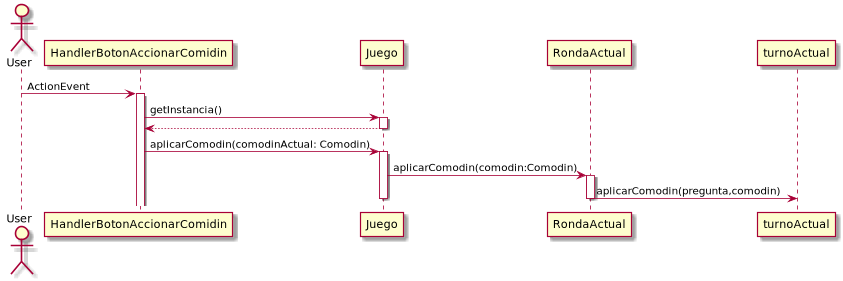
The PlantUML diagram src/main/java/edu/fiuba/algo3/Diagramas/png/DS/DSComidin1.png in Alex1161/TP2, before a commit.
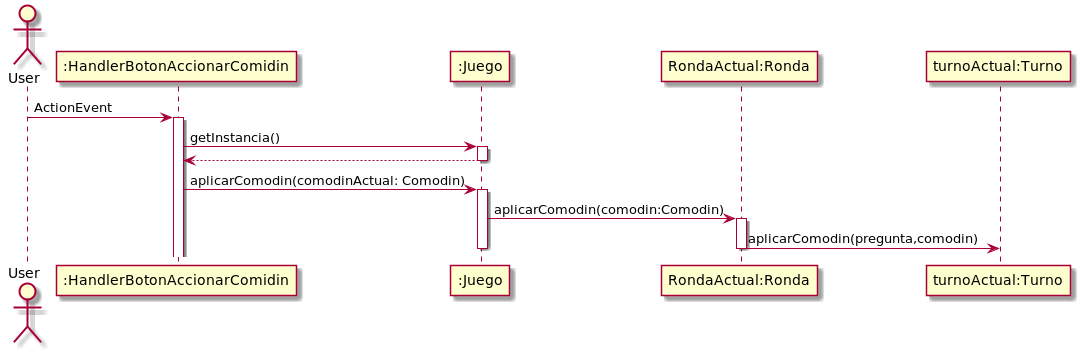
After the commit.

Commit message:
diagrama Comodin3 en proceso

What changed in the source:
```diff
@@ -1,21 +1,21 @@
 @startuml
 Actor User
-User -> HandlerBotonAccionarComidin: ActionEvent
-activate HandlerBotonAccionarComidin
-HandlerBotonAccionarComidin-> Juego: getInstancia()
-activate Juego
-Juego --> HandlerBotonAccionarComidin
-deactivate Juego
+User -> ":HandlerBotonAccionarComidin": ActionEvent
+activate ":HandlerBotonAccionarComidin"
+":HandlerBotonAccionarComidin"-> ":Juego": getInstancia()
+activate ":Juego"
+":Juego" --> ":HandlerBotonAccionarComidin"
+deactivate ":Juego"
 
-HandlerBotonAccionarComidin -> Juego : aplicarComodin(comodinActual: Comodin)
+":HandlerBotonAccionarComidin" -> ":Juego" : aplicarComodin(comodinActual: Comodin)
 
-activate Juego
-Juego ->RondaActual:aplicarComodin(comodin:Comodin)
-activate RondaActual
-RondaActual ->turnoActual:aplicarComodin(pregunta,comodin)
+activate ":Juego"
+":Juego" ->"RondaActual:Ronda":aplicarComodin(comodin:Comodin)
+activate "RondaActual:Ronda"
+"RondaActual:Ronda" ->"turnoActual:Turno":aplicarComodin(pregunta,comodin)
 
 
-deactivate Juego
-deactivate RondaActual
+deactivate ":Juego"
+deactivate "RondaActual:Ronda"
 
 @enduml
```
